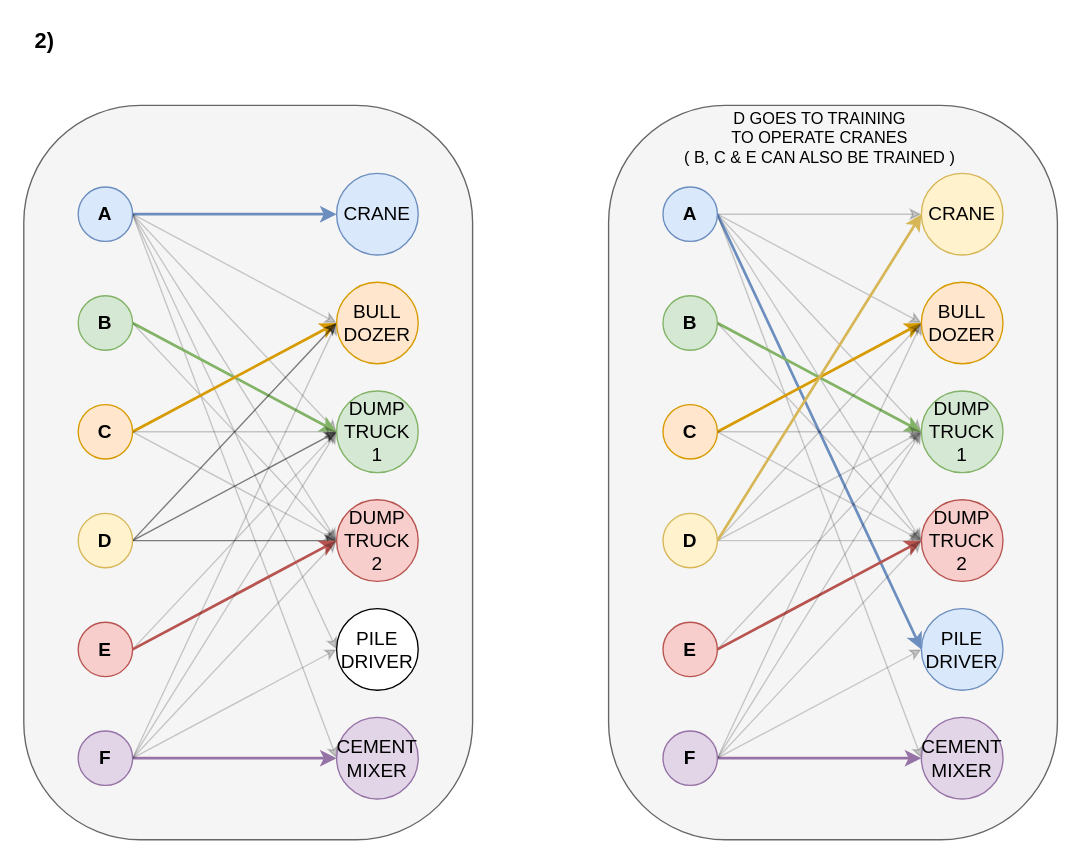
Earlier version of the draw.io diagram HW2_2.drawio (edwardayala/Diagrams). Source tidied: cells renumbered, new cells numbered last; positions are measured from the earlier drawing's top-left corner, leaving out a move shared by most shapes. Both pictures are drawn from the tidied source at 136%, with x=0, y=0 at pixel (23, 23).
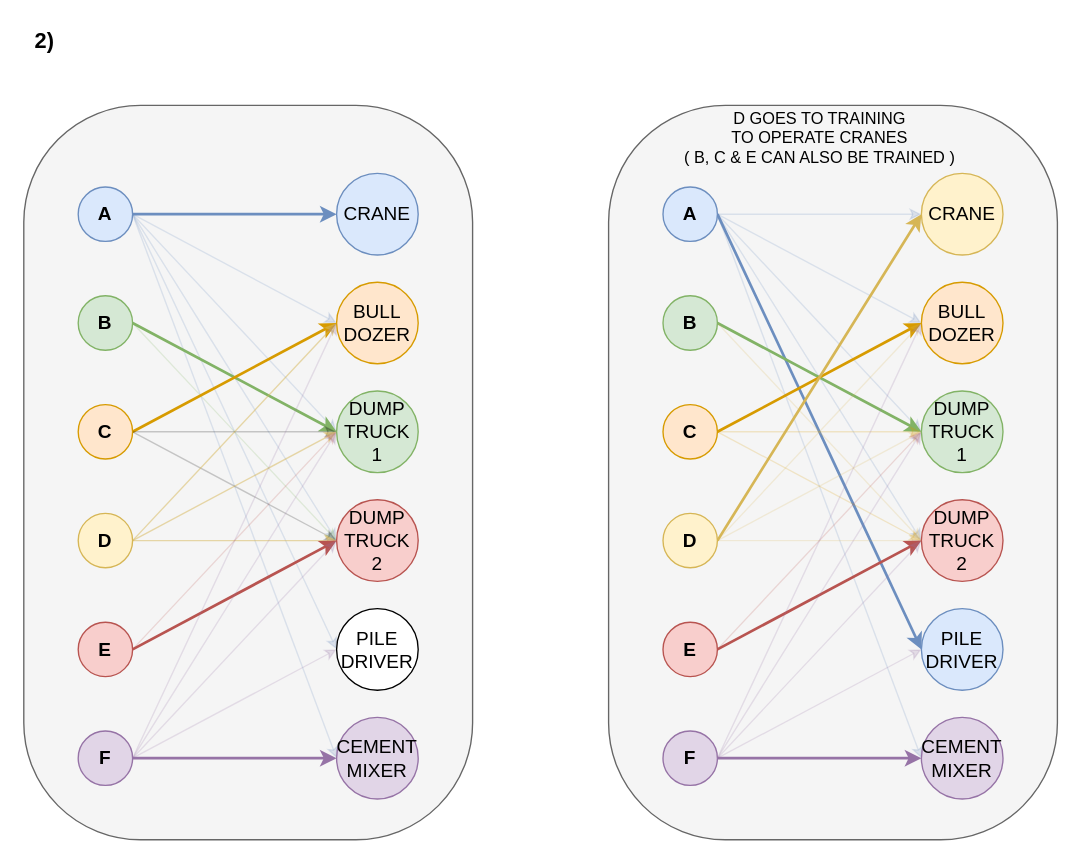
After the change.

The change refers to these unchanged cells:
```xml
<mxCell id="10" value="&lt;b&gt;&lt;font style=&quot;font-size: 14px&quot;&gt;A&lt;/font&gt;&lt;/b&gt;" style="ellipse;whiteSpace=wrap;html=1;fillColor=#dae8fc;strokeColor=#6c8ebf;" parent="1" vertex="1">
  <mxGeometry x="40" y="120" width="40" height="40" as="geometry" />
</mxCell>
<mxCell id="13" value="&lt;b style=&quot;white-space: normal&quot;&gt;&lt;font style=&quot;font-size: 14px&quot;&gt;B&lt;/font&gt;&lt;/b&gt;" style="ellipse;whiteSpace=wrap;html=1;fillColor=#d5e8d4;strokeColor=#82b366;" parent="1" vertex="1">
  <mxGeometry x="40" y="200" width="40" height="40" as="geometry" />
</mxCell>
<mxCell id="21" value="&lt;b style=&quot;white-space: normal&quot;&gt;&lt;font style=&quot;font-size: 14px&quot;&gt;D&lt;/font&gt;&lt;/b&gt;" style="ellipse;whiteSpace=wrap;html=1;fillColor=#fff2cc;strokeColor=#d6b656;" parent="1" vertex="1">
  <mxGeometry x="40" y="360" width="40" height="40" as="geometry" />
</mxCell>
<mxCell id="24" value="&lt;b style=&quot;white-space: normal&quot;&gt;&lt;font style=&quot;font-size: 14px&quot;&gt;E&lt;/font&gt;&lt;/b&gt;" style="ellipse;whiteSpace=wrap;html=1;fillColor=#f8cecc;strokeColor=#b85450;" parent="1" vertex="1">
  <mxGeometry x="40" y="440" width="40" height="40" as="geometry" />
</mxCell>
<mxCell id="30" value="&lt;span style=&quot;font-size: 14px&quot;&gt;&lt;b&gt;F&lt;/b&gt;&lt;/span&gt;" style="ellipse;whiteSpace=wrap;html=1;fillColor=#e1d5e7;strokeColor=#9673a6;" parent="1" vertex="1">
  <mxGeometry x="40" y="520" width="40" height="40" as="geometry" />
</mxCell>
<mxCell id="32" value="&lt;font style=&quot;font-size: 14px&quot;&gt;BULL&lt;br&gt;DOZER&lt;/font&gt;" style="ellipse;whiteSpace=wrap;html=1;fillColor=#ffe6cc;strokeColor=#d79b00;" parent="1" vertex="1">
  <mxGeometry x="230" y="190" width="60" height="60" as="geometry" />
</mxCell>
<mxCell id="33" value="&lt;font style=&quot;font-size: 14px&quot;&gt;DUMP&lt;br&gt;TRUCK&lt;br&gt;1&lt;/font&gt;" style="ellipse;whiteSpace=wrap;html=1;fillColor=#d5e8d4;strokeColor=#82b366;" parent="1" vertex="1">
  <mxGeometry x="230" y="270" width="60" height="60" as="geometry" />
</mxCell>
<mxCell id="34" value="&lt;font style=&quot;font-size: 14px&quot;&gt;DUMP&lt;br&gt;TRUCK&lt;br&gt;2&lt;/font&gt;" style="ellipse;whiteSpace=wrap;html=1;fillColor=#f8cecc;strokeColor=#b85450;" parent="1" vertex="1">
  <mxGeometry x="230" y="350" width="60" height="60" as="geometry" />
</mxCell>
<mxCell id="35" value="&lt;font style=&quot;font-size: 14px&quot;&gt;PILE&lt;br&gt;DRIVER&lt;/font&gt;" style="ellipse;whiteSpace=wrap;html=1;" parent="1" vertex="1">
  <mxGeometry x="230" y="430" width="60" height="60" as="geometry" />
</mxCell>
<mxCell id="36" value="&lt;span style=&quot;font-size: 14px&quot;&gt;CEMENT&lt;br&gt;&lt;/span&gt;&lt;font style=&quot;font-size: 14px&quot;&gt;MIXER&lt;/font&gt;" style="ellipse;whiteSpace=wrap;html=1;fillColor=#e1d5e7;strokeColor=#9673a6;" parent="1" vertex="1">
  <mxGeometry x="230" y="510" width="60" height="60" as="geometry" />
</mxCell>
<mxCell id="43" value="&lt;b&gt;&lt;font style=&quot;font-size: 14px&quot;&gt;A&lt;/font&gt;&lt;/b&gt;" style="ellipse;whiteSpace=wrap;html=1;fillColor=#dae8fc;strokeColor=#6c8ebf;" parent="1" vertex="1">
  <mxGeometry x="470" y="120" width="40" height="40" as="geometry" />
</mxCell>
<mxCell id="46" value="&lt;b style=&quot;white-space: normal&quot;&gt;&lt;font style=&quot;font-size: 14px&quot;&gt;B&lt;/font&gt;&lt;/b&gt;" style="ellipse;whiteSpace=wrap;html=1;fillColor=#d5e8d4;strokeColor=#82b366;" parent="1" vertex="1">
  <mxGeometry x="470" y="200" width="40" height="40" as="geometry" />
</mxCell>
<mxCell id="50" value="&lt;b style=&quot;white-space: normal&quot;&gt;&lt;font style=&quot;font-size: 14px&quot;&gt;C&lt;/font&gt;&lt;/b&gt;" style="ellipse;whiteSpace=wrap;html=1;fillColor=#ffe6cc;strokeColor=#d79b00;" parent="1" vertex="1">
  <mxGeometry x="470" y="280" width="40" height="40" as="geometry" />
</mxCell>
<mxCell id="55" value="&lt;b style=&quot;white-space: normal&quot;&gt;&lt;font style=&quot;font-size: 14px&quot;&gt;D&lt;/font&gt;&lt;/b&gt;" style="ellipse;whiteSpace=wrap;html=1;fillColor=#fff2cc;strokeColor=#d6b656;" parent="1" vertex="1">
  <mxGeometry x="470" y="360" width="40" height="40" as="geometry" />
</mxCell>
<mxCell id="58" value="&lt;b style=&quot;white-space: normal&quot;&gt;&lt;font style=&quot;font-size: 14px&quot;&gt;E&lt;/font&gt;&lt;/b&gt;" style="ellipse;whiteSpace=wrap;html=1;fillColor=#f8cecc;strokeColor=#b85450;" parent="1" vertex="1">
  <mxGeometry x="470" y="440" width="40" height="40" as="geometry" />
</mxCell>
<mxCell id="64" value="&lt;span style=&quot;font-size: 14px&quot;&gt;&lt;b&gt;F&lt;/b&gt;&lt;/span&gt;" style="ellipse;whiteSpace=wrap;html=1;fillColor=#e1d5e7;strokeColor=#9673a6;" parent="1" vertex="1">
  <mxGeometry x="470" y="520" width="40" height="40" as="geometry" />
</mxCell>
<mxCell id="65" value="&lt;font style=&quot;font-size: 14px&quot;&gt;CRANE&lt;/font&gt;" style="ellipse;whiteSpace=wrap;html=1;fillColor=#fff2cc;strokeColor=#d6b656;" parent="1" vertex="1">
  <mxGeometry x="660" y="110" width="60" height="60" as="geometry" />
</mxCell>
<mxCell id="66" value="&lt;font style=&quot;font-size: 14px&quot;&gt;BULL&lt;br&gt;DOZER&lt;/font&gt;" style="ellipse;whiteSpace=wrap;html=1;fillColor=#ffe6cc;strokeColor=#d79b00;" parent="1" vertex="1">
  <mxGeometry x="660" y="190" width="60" height="60" as="geometry" />
</mxCell>
<mxCell id="67" value="&lt;font style=&quot;font-size: 14px&quot;&gt;DUMP&lt;br&gt;TRUCK&lt;br&gt;1&lt;/font&gt;" style="ellipse;whiteSpace=wrap;html=1;fillColor=#d5e8d4;strokeColor=#82b366;" parent="1" vertex="1">
  <mxGeometry x="660" y="270" width="60" height="60" as="geometry" />
</mxCell>
<mxCell id="68" value="&lt;font style=&quot;font-size: 14px&quot;&gt;DUMP&lt;br&gt;TRUCK&lt;br&gt;2&lt;/font&gt;" style="ellipse;whiteSpace=wrap;html=1;fillColor=#f8cecc;strokeColor=#b85450;" parent="1" vertex="1">
  <mxGeometry x="660" y="350" width="60" height="60" as="geometry" />
</mxCell>
<mxCell id="69" value="&lt;font style=&quot;font-size: 14px&quot;&gt;PILE&lt;br&gt;DRIVER&lt;/font&gt;" style="ellipse;whiteSpace=wrap;html=1;fillColor=#dae8fc;strokeColor=#6c8ebf;" parent="1" vertex="1">
  <mxGeometry x="660" y="430" width="60" height="60" as="geometry" />
</mxCell>
<mxCell id="70" value="&lt;span style=&quot;font-size: 14px&quot;&gt;CEMENT&lt;br&gt;&lt;/span&gt;&lt;font style=&quot;font-size: 14px&quot;&gt;MIXER&lt;/font&gt;" style="ellipse;whiteSpace=wrap;html=1;fillColor=#e1d5e7;strokeColor=#9673a6;" parent="1" vertex="1">
  <mxGeometry x="660" y="510" width="60" height="60" as="geometry" />
</mxCell>
```

Change to the diagram source:
```diff
@@
-    <mxCell id="5" style="edgeStyle=none;rounded=0;jettySize=auto;html=1;exitX=1;exitY=0.5;exitDx=0;exitDy=0;entryX=0;entryY=0.5;entryDx=0;entryDy=0;opacity=20;" parent="1" edge="1" source="10" target="32">
+    <mxCell id="5" style="edgeStyle=none;rounded=0;jettySize=auto;html=1;exitX=1;exitY=0.5;exitDx=0;exitDy=0;entryX=0;entryY=0.5;entryDx=0;entryDy=0;opacity=20;fillColor=#dae8fc;strokeColor=#6c8ebf;" parent="1" edge="1" source="10" target="32">
       <mxGeometry relative="1" as="geometry" />
     </mxCell>
-    <mxCell id="6" style="edgeStyle=none;rounded=0;jettySize=auto;html=1;exitX=1;exitY=0.5;exitDx=0;exitDy=0;entryX=0;entryY=0.5;entryDx=0;entryDy=0;opacity=20;" parent="1" edge="1" source="10" target="33">
+    <mxCell id="6" style="edgeStyle=none;rounded=0;jettySize=auto;html=1;exitX=1;exitY=0.5;exitDx=0;exitDy=0;entryX=0;entryY=0.5;entryDx=0;entryDy=0;opacity=20;fillColor=#dae8fc;strokeColor=#6c8ebf;" parent="1" edge="1" source="10" target="33">
       <mxGeometry relative="1" as="geometry" />
     </mxCell>
-    <mxCell id="7" style="edgeStyle=none;rounded=0;jettySize=auto;html=1;exitX=1;exitY=0.5;exitDx=0;exitDy=0;entryX=0;entryY=0.5;entryDx=0;entryDy=0;opacity=20;" parent="1" edge="1" source="10" target="34">
+    <mxCell id="7" style="edgeStyle=none;rounded=0;jettySize=auto;html=1;exitX=1;exitY=0.5;exitDx=0;exitDy=0;entryX=0;entryY=0.5;entryDx=0;entryDy=0;opacity=20;fillColor=#dae8fc;strokeColor=#6c8ebf;" parent="1" edge="1" source="10" target="34">
       <mxGeometry relative="1" as="geometry" />
     </mxCell>
-    <mxCell id="8" style="edgeStyle=none;rounded=0;jettySize=auto;html=1;exitX=1;exitY=0.5;exitDx=0;exitDy=0;entryX=0;entryY=0.5;entryDx=0;entryDy=0;opacity=20;" parent="1" edge="1" source="10" target="35">
+    <mxCell id="8" style="edgeStyle=none;rounded=0;jettySize=auto;html=1;exitX=1;exitY=0.5;exitDx=0;exitDy=0;entryX=0;entryY=0.5;entryDx=0;entryDy=0;opacity=20;fillColor=#dae8fc;strokeColor=#6c8ebf;" parent="1" edge="1" source="10" target="35">
       <mxGeometry relative="1" as="geometry" />
     </mxCell>
-    <mxCell id="9" style="edgeStyle=none;rounded=0;jettySize=auto;html=1;exitX=1;exitY=0.5;exitDx=0;exitDy=0;entryX=0;entryY=0.5;entryDx=0;entryDy=0;opacity=20;" parent="1" edge="1" source="10" target="36">
+    <mxCell id="9" style="edgeStyle=none;rounded=0;jettySize=auto;html=1;exitX=1;exitY=0.5;exitDx=0;exitDy=0;entryX=0;entryY=0.5;entryDx=0;entryDy=0;opacity=20;fillColor=#dae8fc;strokeColor=#6c8ebf;" parent="1" edge="1" source="10" target="36">
       <mxGeometry relative="1" as="geometry" />
     </mxCell>
@@
-    <mxCell id="12" style="edgeStyle=none;rounded=0;jettySize=auto;html=1;exitX=1;exitY=0.5;exitDx=0;exitDy=0;entryX=0;entryY=0.5;entryDx=0;entryDy=0;opacity=20;" parent="1" edge="1" source="13" target="34">
+    <mxCell id="12" style="edgeStyle=none;rounded=0;jettySize=auto;html=1;exitX=1;exitY=0.5;exitDx=0;exitDy=0;entryX=0;entryY=0.5;entryDx=0;entryDy=0;opacity=20;fillColor=#d5e8d4;strokeColor=#82b366;" parent="1" edge="1" source="13" target="34">
       <mxGeometry relative="1" as="geometry" />
     </mxCell>
@@
-    <mxCell id="18" style="edgeStyle=none;rounded=0;jettySize=auto;html=1;exitX=1;exitY=0.5;exitDx=0;exitDy=0;entryX=0;entryY=0.5;entryDx=0;entryDy=0;opacity=50;" parent="1" edge="1" source="21" target="32">
+    <mxCell id="18" style="edgeStyle=none;rounded=0;jettySize=auto;html=1;exitX=1;exitY=0.5;exitDx=0;exitDy=0;entryX=0;entryY=0.5;entryDx=0;entryDy=0;opacity=50;fillColor=#fff2cc;strokeColor=#d6b656;" parent="1" edge="1" source="21" target="32">
       <mxGeometry relative="1" as="geometry" />
     </mxCell>
-    <mxCell id="19" style="edgeStyle=none;rounded=0;jettySize=auto;html=1;exitX=1;exitY=0.5;exitDx=0;exitDy=0;entryX=0;entryY=0.5;entryDx=0;entryDy=0;opacity=50;" parent="1" edge="1" source="21" target="33">
+    <mxCell id="19" style="edgeStyle=none;rounded=0;jettySize=auto;html=1;exitX=1;exitY=0.5;exitDx=0;exitDy=0;entryX=0;entryY=0.5;entryDx=0;entryDy=0;opacity=50;fillColor=#fff2cc;strokeColor=#d6b656;" parent="1" edge="1" source="21" target="33">
       <mxGeometry relative="1" as="geometry" />
     </mxCell>
-    <mxCell id="20" style="edgeStyle=none;rounded=0;jettySize=auto;html=1;exitX=1;exitY=0.5;exitDx=0;exitDy=0;entryX=0;entryY=0.5;entryDx=0;entryDy=0;opacity=50;" parent="1" edge="1" source="21" target="34">
+    <mxCell id="20" style="edgeStyle=none;rounded=0;jettySize=auto;html=1;exitX=1;exitY=0.5;exitDx=0;exitDy=0;entryX=0;entryY=0.5;entryDx=0;entryDy=0;opacity=50;fillColor=#fff2cc;strokeColor=#d6b656;" parent="1" edge="1" source="21" target="34">
       <mxGeometry relative="1" as="geometry" />
     </mxCell>
@@
-    <mxCell id="22" style="edgeStyle=none;rounded=0;jettySize=auto;html=1;exitX=1;exitY=0.5;exitDx=0;exitDy=0;opacity=20;" parent="1" edge="1" source="24">
+    <mxCell id="22" style="edgeStyle=none;rounded=0;jettySize=auto;html=1;exitX=1;exitY=0.5;exitDx=0;exitDy=0;opacity=20;fillColor=#f8cecc;strokeColor=#b85450;" parent="1" edge="1" source="24">
       <mxGeometry relative="1" as="geometry">
         <mxPoint x="230" y="300" as="targetPoint" />
       </mxGeometry>
     </mxCell>
@@
-    <mxCell id="26" style="edgeStyle=none;rounded=0;jettySize=auto;html=1;exitX=1;exitY=0.5;exitDx=0;exitDy=0;entryX=0;entryY=0.5;entryDx=0;entryDy=0;opacity=20;" parent="1" edge="1" source="30" target="35">
+    <mxCell id="26" style="edgeStyle=none;rounded=0;jettySize=auto;html=1;exitX=1;exitY=0.5;exitDx=0;exitDy=0;entryX=0;entryY=0.5;entryDx=0;entryDy=0;opacity=20;fillColor=#e1d5e7;strokeColor=#9673a6;" parent="1" edge="1" source="30" target="35">
       <mxGeometry relative="1" as="geometry" />
     </mxCell>
-    <mxCell id="27" style="edgeStyle=none;rounded=0;jettySize=auto;html=1;exitX=1;exitY=0.5;exitDx=0;exitDy=0;entryX=0;entryY=0.5;entryDx=0;entryDy=0;opacity=20;" parent="1" edge="1" source="30" target="34">
+    <mxCell id="27" style="edgeStyle=none;rounded=0;jettySize=auto;html=1;exitX=1;exitY=0.5;exitDx=0;exitDy=0;entryX=0;entryY=0.5;entryDx=0;entryDy=0;opacity=20;fillColor=#e1d5e7;strokeColor=#9673a6;" parent="1" edge="1" source="30" target="34">
       <mxGeometry relative="1" as="geometry" />
     </mxCell>
-    <mxCell id="28" style="edgeStyle=none;rounded=0;jettySize=auto;html=1;exitX=1;exitY=0.5;exitDx=0;exitDy=0;entryX=0;entryY=0.5;entryDx=0;entryDy=0;opacity=20;" parent="1" edge="1" source="30" target="33">
+    <mxCell id="28" style="edgeStyle=none;rounded=0;jettySize=auto;html=1;exitX=1;exitY=0.5;exitDx=0;exitDy=0;entryX=0;entryY=0.5;entryDx=0;entryDy=0;opacity=20;fillColor=#e1d5e7;strokeColor=#9673a6;" parent="1" edge="1" source="30" target="33">
       <mxGeometry relative="1" as="geometry" />
     </mxCell>
-    <mxCell id="29" style="edgeStyle=none;rounded=0;jettySize=auto;html=1;exitX=1;exitY=0.5;exitDx=0;exitDy=0;entryX=0;entryY=0.5;entryDx=0;entryDy=0;opacity=20;" parent="1" edge="1" source="30" target="32">
+    <mxCell id="29" style="edgeStyle=none;rounded=0;jettySize=auto;html=1;exitX=1;exitY=0.5;exitDx=0;exitDy=0;entryX=0;entryY=0.5;entryDx=0;entryDy=0;opacity=20;fillColor=#e1d5e7;strokeColor=#9673a6;" parent="1" edge="1" source="30" target="32">
       <mxGeometry relative="1" as="geometry" />
     </mxCell>
@@
-    <mxCell id="37" style="rounded=0;jettySize=auto;html=1;exitX=1;exitY=0.5;exitDx=0;exitDy=0;entryX=0;entryY=0.5;entryDx=0;entryDy=0;strokeWidth=1;opacity=20;" parent="1" edge="1" source="43" target="65">
+    <mxCell id="37" style="rounded=0;jettySize=auto;html=1;exitX=1;exitY=0.5;exitDx=0;exitDy=0;entryX=0;entryY=0.5;entryDx=0;entryDy=0;strokeWidth=1;opacity=20;fillColor=#dae8fc;strokeColor=#6c8ebf;" parent="1" edge="1" source="43" target="65">
       <mxGeometry relative="1" as="geometry" />
     </mxCell>
-    <mxCell id="38" style="edgeStyle=none;rounded=0;jettySize=auto;html=1;exitX=1;exitY=0.5;exitDx=0;exitDy=0;entryX=0;entryY=0.5;entryDx=0;entryDy=0;opacity=20;" parent="1" edge="1" source="43" target="66">
+    <mxCell id="38" style="edgeStyle=none;rounded=0;jettySize=auto;html=1;exitX=1;exitY=0.5;exitDx=0;exitDy=0;entryX=0;entryY=0.5;entryDx=0;entryDy=0;opacity=20;fillColor=#dae8fc;strokeColor=#6c8ebf;" parent="1" edge="1" source="43" target="66">
       <mxGeometry relative="1" as="geometry" />
     </mxCell>
-    <mxCell id="39" style="edgeStyle=none;rounded=0;jettySize=auto;html=1;exitX=1;exitY=0.5;exitDx=0;exitDy=0;entryX=0;entryY=0.5;entryDx=0;entryDy=0;opacity=20;" parent="1" edge="1" source="43" target="67">
+    <mxCell id="39" style="edgeStyle=none;rounded=0;jettySize=auto;html=1;exitX=1;exitY=0.5;exitDx=0;exitDy=0;entryX=0;entryY=0.5;entryDx=0;entryDy=0;opacity=20;fillColor=#dae8fc;strokeColor=#6c8ebf;" parent="1" edge="1" source="43" target="67">
       <mxGeometry relative="1" as="geometry" />
     </mxCell>
-    <mxCell id="40" style="edgeStyle=none;rounded=0;jettySize=auto;html=1;exitX=1;exitY=0.5;exitDx=0;exitDy=0;entryX=0;entryY=0.5;entryDx=0;entryDy=0;opacity=20;" parent="1" edge="1" source="43" target="68">
+    <mxCell id="40" style="edgeStyle=none;rounded=0;jettySize=auto;html=1;exitX=1;exitY=0.5;exitDx=0;exitDy=0;entryX=0;entryY=0.5;entryDx=0;entryDy=0;opacity=20;fillColor=#dae8fc;strokeColor=#6c8ebf;" parent="1" edge="1" source="43" target="68">
       <mxGeometry relative="1" as="geometry" />
     </mxCell>
@@
-    <mxCell id="42" style="edgeStyle=none;rounded=0;jettySize=auto;html=1;exitX=1;exitY=0.5;exitDx=0;exitDy=0;entryX=0;entryY=0.5;entryDx=0;entryDy=0;opacity=20;" parent="1" edge="1" source="43" target="70">
+    <mxCell id="42" style="edgeStyle=none;rounded=0;jettySize=auto;html=1;exitX=1;exitY=0.5;exitDx=0;exitDy=0;entryX=0;entryY=0.5;entryDx=0;entryDy=0;opacity=20;fillColor=#dae8fc;strokeColor=#6c8ebf;" parent="1" edge="1" source="43" target="70">
       <mxGeometry relative="1" as="geometry" />
     </mxCell>
@@
-    <mxCell id="45" style="edgeStyle=none;rounded=0;jettySize=auto;html=1;exitX=1;exitY=0.5;exitDx=0;exitDy=0;entryX=0;entryY=0.5;entryDx=0;entryDy=0;opacity=20;" parent="1" edge="1" source="46" target="68">
+    <mxCell id="45" style="edgeStyle=none;rounded=0;jettySize=auto;html=1;exitX=1;exitY=0.5;exitDx=0;exitDy=0;entryX=0;entryY=0.5;entryDx=0;entryDy=0;opacity=20;fillColor=#fff2cc;strokeColor=#d6b656;" parent="1" edge="1" source="46" target="68">
       <mxGeometry relative="1" as="geometry" />
     </mxCell>
@@
-    <mxCell id="48" style="edgeStyle=none;rounded=0;jettySize=auto;html=1;exitX=1;exitY=0.5;exitDx=0;exitDy=0;entryX=0;entryY=0.5;entryDx=0;entryDy=0;opacity=20;" parent="1" edge="1" source="50" target="67">
+    <mxCell id="48" style="edgeStyle=none;rounded=0;jettySize=auto;html=1;exitX=1;exitY=0.5;exitDx=0;exitDy=0;entryX=0;entryY=0.5;entryDx=0;entryDy=0;opacity=20;fillColor=#ffe6cc;strokeColor=#d79b00;" parent="1" edge="1" source="50" target="67">
       <mxGeometry relative="1" as="geometry" />
     </mxCell>
-    <mxCell id="49" style="edgeStyle=none;rounded=0;jettySize=auto;html=1;exitX=1;exitY=0.5;exitDx=0;exitDy=0;entryX=0;entryY=0.5;entryDx=0;entryDy=0;opacity=20;" parent="1" edge="1" source="50" target="68">
+    <mxCell id="49" style="edgeStyle=none;rounded=0;jettySize=auto;html=1;exitX=1;exitY=0.5;exitDx=0;exitDy=0;entryX=0;entryY=0.5;entryDx=0;entryDy=0;opacity=20;fillColor=#ffe6cc;strokeColor=#d79b00;" parent="1" edge="1" source="50" target="68">
       <mxGeometry relative="1" as="geometry" />
     </mxCell>
@@
-    <mxCell id="51" style="edgeStyle=none;rounded=0;jettySize=auto;html=1;exitX=1;exitY=0.5;exitDx=0;exitDy=0;entryX=0;entryY=0.5;entryDx=0;entryDy=0;opacity=20;" parent="1" edge="1" source="55" target="66">
+    <mxCell id="51" style="edgeStyle=none;rounded=0;jettySize=auto;html=1;exitX=1;exitY=0.5;exitDx=0;exitDy=0;entryX=0;entryY=0.5;entryDx=0;entryDy=0;opacity=20;fillColor=#fff2cc;strokeColor=#d6b656;" parent="1" edge="1" source="55" target="66">
       <mxGeometry relative="1" as="geometry" />
     </mxCell>
-    <mxCell id="52" style="edgeStyle=none;rounded=0;jettySize=auto;html=1;exitX=1;exitY=0.5;exitDx=0;exitDy=0;entryX=0;entryY=0.5;entryDx=0;entryDy=0;opacity=20;" parent="1" edge="1" source="55" target="67">
+    <mxCell id="52" style="edgeStyle=none;rounded=0;jettySize=auto;html=1;exitX=1;exitY=0.5;exitDx=0;exitDy=0;entryX=0;entryY=0.5;entryDx=0;entryDy=0;opacity=20;fillColor=#fff2cc;strokeColor=#d6b656;" parent="1" edge="1" source="55" target="67">
       <mxGeometry relative="1" as="geometry" />
     </mxCell>
-    <mxCell id="53" style="edgeStyle=none;rounded=0;jettySize=auto;html=1;exitX=1;exitY=0.5;exitDx=0;exitDy=0;entryX=0;entryY=0.5;entryDx=0;entryDy=0;opacity=20;" parent="1" edge="1" source="55" target="68">
+    <mxCell id="53" style="edgeStyle=none;rounded=0;jettySize=auto;html=1;exitX=1;exitY=0.5;exitDx=0;exitDy=0;entryX=0;entryY=0.5;entryDx=0;entryDy=0;opacity=20;fillColor=#fff2cc;strokeColor=#d6b656;" parent="1" edge="1" source="55" target="68">
       <mxGeometry relative="1" as="geometry" />
     </mxCell>
@@
-    <mxCell id="56" style="edgeStyle=none;rounded=0;jettySize=auto;html=1;exitX=1;exitY=0.5;exitDx=0;exitDy=0;opacity=20;" parent="1" edge="1" source="58">
+    <mxCell id="56" style="edgeStyle=none;rounded=0;jettySize=auto;html=1;exitX=1;exitY=0.5;exitDx=0;exitDy=0;opacity=20;fillColor=#f8cecc;strokeColor=#b85450;" parent="1" edge="1" source="58">
       <mxGeometry relative="1" as="geometry">
         <mxPoint x="660" y="300" as="targetPoint" />
       </mxGeometry>
     </mxCell>
@@
-    <mxCell id="60" style="edgeStyle=none;rounded=0;jettySize=auto;html=1;exitX=1;exitY=0.5;exitDx=0;exitDy=0;entryX=0;entryY=0.5;entryDx=0;entryDy=0;opacity=20;" parent="1" edge="1" source="64" target="69">
+    <mxCell id="60" style="edgeStyle=none;rounded=0;jettySize=auto;html=1;exitX=1;exitY=0.5;exitDx=0;exitDy=0;entryX=0;entryY=0.5;entryDx=0;entryDy=0;opacity=20;fillColor=#e1d5e7;strokeColor=#9673a6;" parent="1" edge="1" source="64" target="69">
       <mxGeometry relative="1" as="geometry" />
     </mxCell>
-    <mxCell id="61" style="edgeStyle=none;rounded=0;jettySize=auto;html=1;exitX=1;exitY=0.5;exitDx=0;exitDy=0;entryX=0;entryY=0.5;entryDx=0;entryDy=0;opacity=20;" parent="1" edge="1" source="64" target="68">
+    <mxCell id="61" style="edgeStyle=none;rounded=0;jettySize=auto;html=1;exitX=1;exitY=0.5;exitDx=0;exitDy=0;entryX=0;entryY=0.5;entryDx=0;entryDy=0;opacity=20;fillColor=#e1d5e7;strokeColor=#9673a6;" parent="1" edge="1" source="64" target="68">
       <mxGeometry relative="1" as="geometry" />
     </mxCell>
-    <mxCell id="62" style="edgeStyle=none;rounded=0;jettySize=auto;html=1;exitX=1;exitY=0.5;exitDx=0;exitDy=0;entryX=0;entryY=0.5;entryDx=0;entryDy=0;opacity=20;" parent="1" edge="1" source="64" target="67">
+    <mxCell id="62" style="edgeStyle=none;rounded=0;jettySize=auto;html=1;exitX=1;exitY=0.5;exitDx=0;exitDy=0;entryX=0;entryY=0.5;entryDx=0;entryDy=0;opacity=20;fillColor=#e1d5e7;strokeColor=#9673a6;" parent="1" edge="1" source="64" target="67">
       <mxGeometry relative="1" as="geometry" />
     </mxCell>
-    <mxCell id="63" style="edgeStyle=none;rounded=0;jettySize=auto;html=1;exitX=1;exitY=0.5;exitDx=0;exitDy=0;entryX=0;entryY=0.5;entryDx=0;entryDy=0;opacity=20;" parent="1" edge="1" source="64" target="66">
+    <mxCell id="63" style="edgeStyle=none;rounded=0;jettySize=auto;html=1;exitX=1;exitY=0.5;exitDx=0;exitDy=0;entryX=0;entryY=0.5;entryDx=0;entryDy=0;opacity=20;fillColor=#e1d5e7;strokeColor=#9673a6;" parent="1" edge="1" source="64" target="66">
       <mxGeometry relative="1" as="geometry" />
     </mxCell>
```
